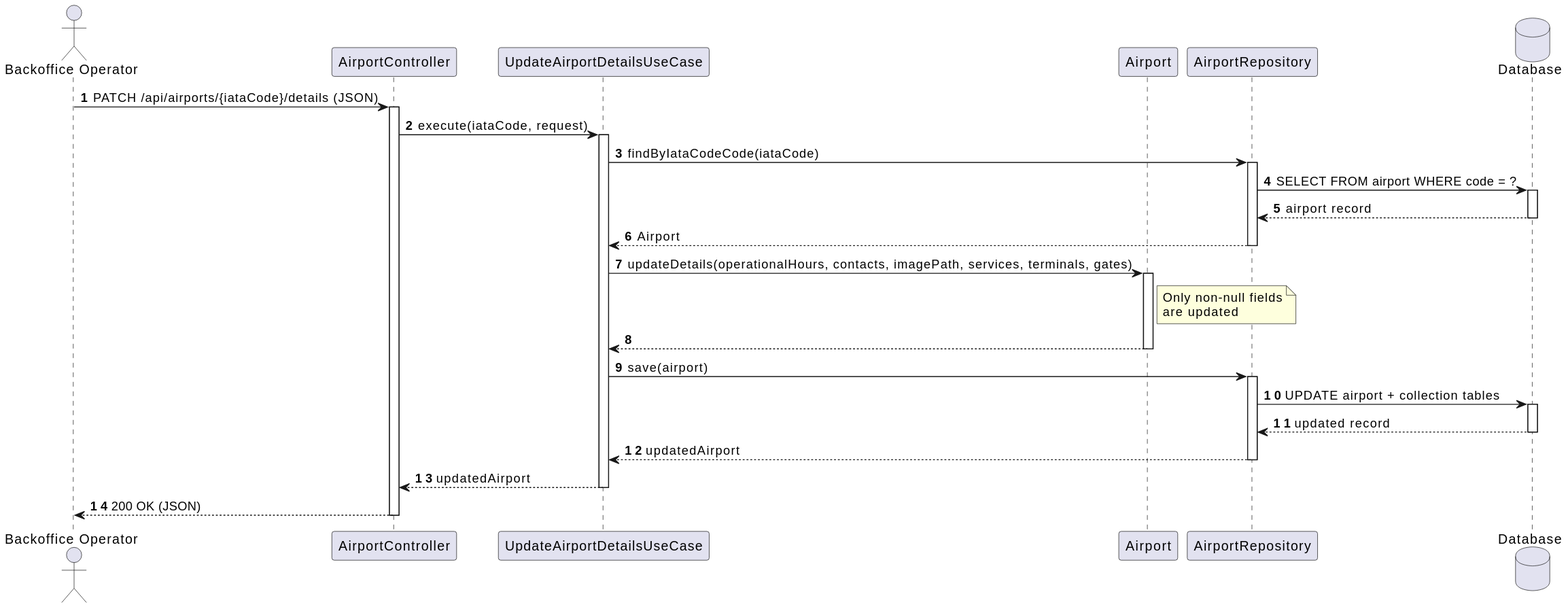
The PlantUML diagram docs/use-cases/WP#_B/WP#2B/svg/sequence-diagram/sd_us208.svg in VascoMagolo/psoft_1231562_1241692_1242036_2db, before a commit. The source it was exported from:
```plantuml
@startuml
autonumber
actor "Backoffice Operator" as BO
participant "AirportController" as Ctrl
participant "UpdateAirportDetailsUseCase" as UC
participant "Airport" as Entity
participant "AirportRepository" as Repo
database "Database" as DB

BO -> Ctrl : PATCH /api/airports/{iataCode}/details (JSON)
activate Ctrl

Ctrl -> UC : execute(iataCode, request)
activate UC

UC -> Repo : findByIataCodeCode(iataCode)
activate Repo
Repo -> DB : SELECT FROM airport WHERE code = ?
activate DB
DB --> Repo : airport record
deactivate DB
Repo --> UC : Airport
deactivate Repo

UC -> Entity : updateDetails(operationalHours, contacts, imagePath, services, terminals, gates)
activate Entity
note right of Entity : Only non-null fields\nare updated
Entity --> UC
deactivate Entity

UC -> Repo : save(airport)
activate Repo
Repo -> DB : UPDATE airport + collection tables
activate DB
DB --> Repo : updated record
deactivate DB
Repo --> UC : updatedAirport
deactivate Repo

UC --> Ctrl : updatedAirport
deactivate UC

Ctrl --> BO : 200 OK (JSON)
deactivate Ctrl
@enduml
```
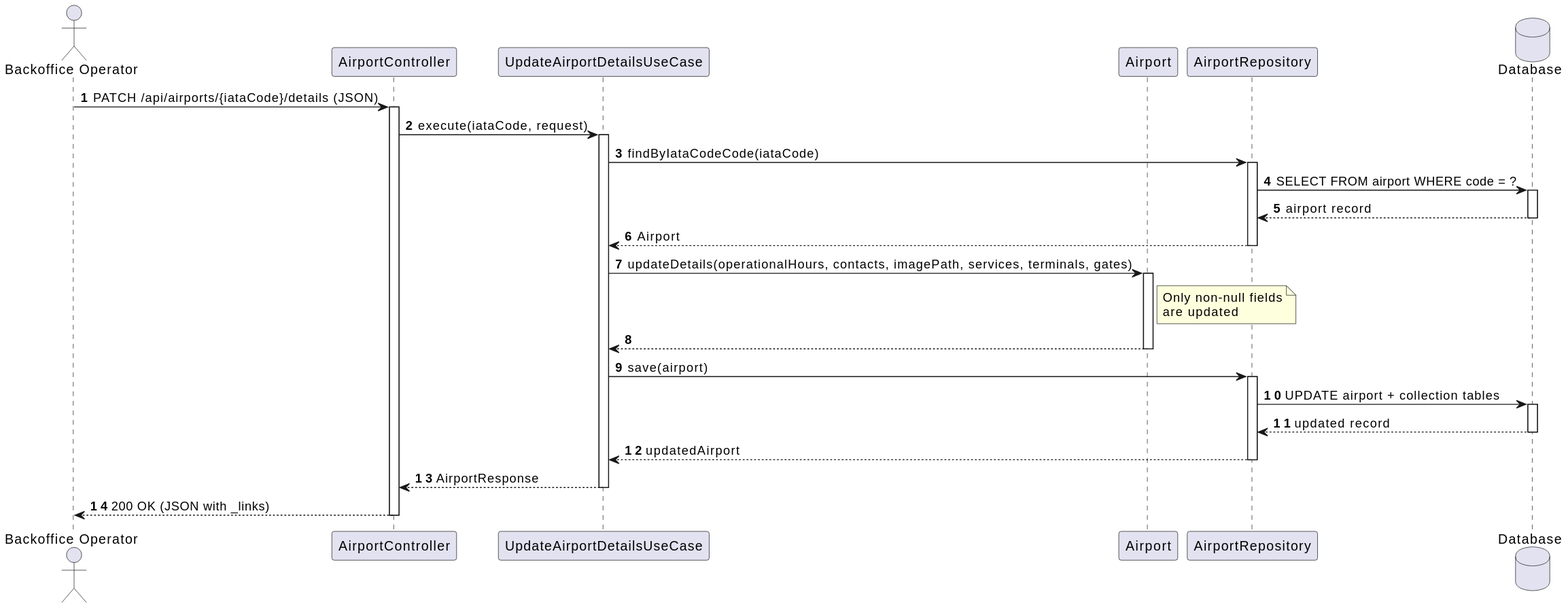
After the commit.

The edit, as a diff of the source:
```diff
@@ -37,9 +37,9 @@
 Repo --> UC : updatedAirport
 deactivate Repo
 
-UC --> Ctrl : updatedAirport
+UC --> Ctrl : AirportResponse
 deactivate UC
 
-Ctrl --> BO : 200 OK (JSON)
+Ctrl --> BO : 200 OK (JSON with _links)
 deactivate Ctrl
 @enduml
```
